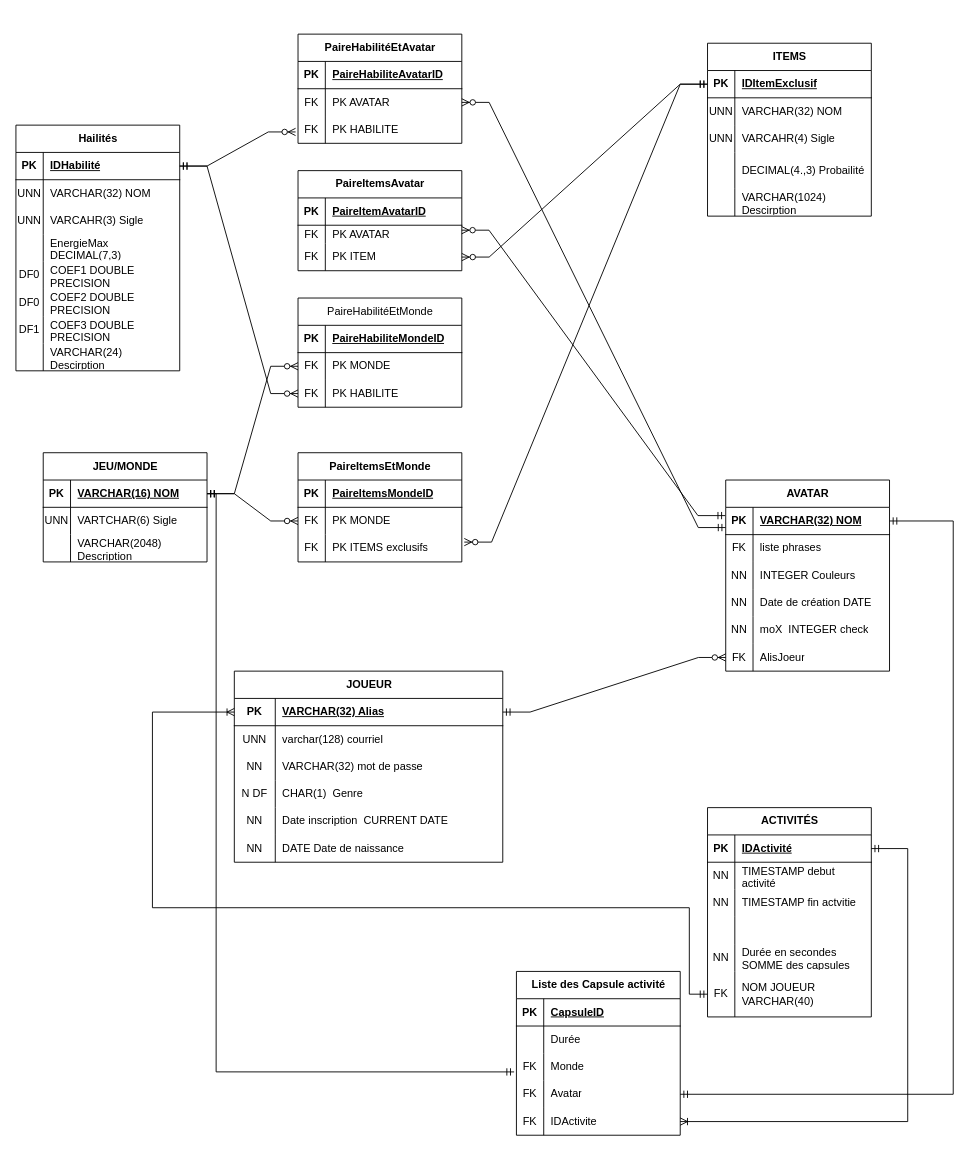
Before: SQL_Diagram.drawio in GabYrrog/SQL-Projet1, a draw.io diagram. Source tidied: cells renumbered, new cells numbered last; positions are measured from the earlier drawing's top-left corner, leaving out a move shared by most shapes. Both pictures are drawn from the tidied source at 91%, with x=0, y=0 at pixel (15, 34).
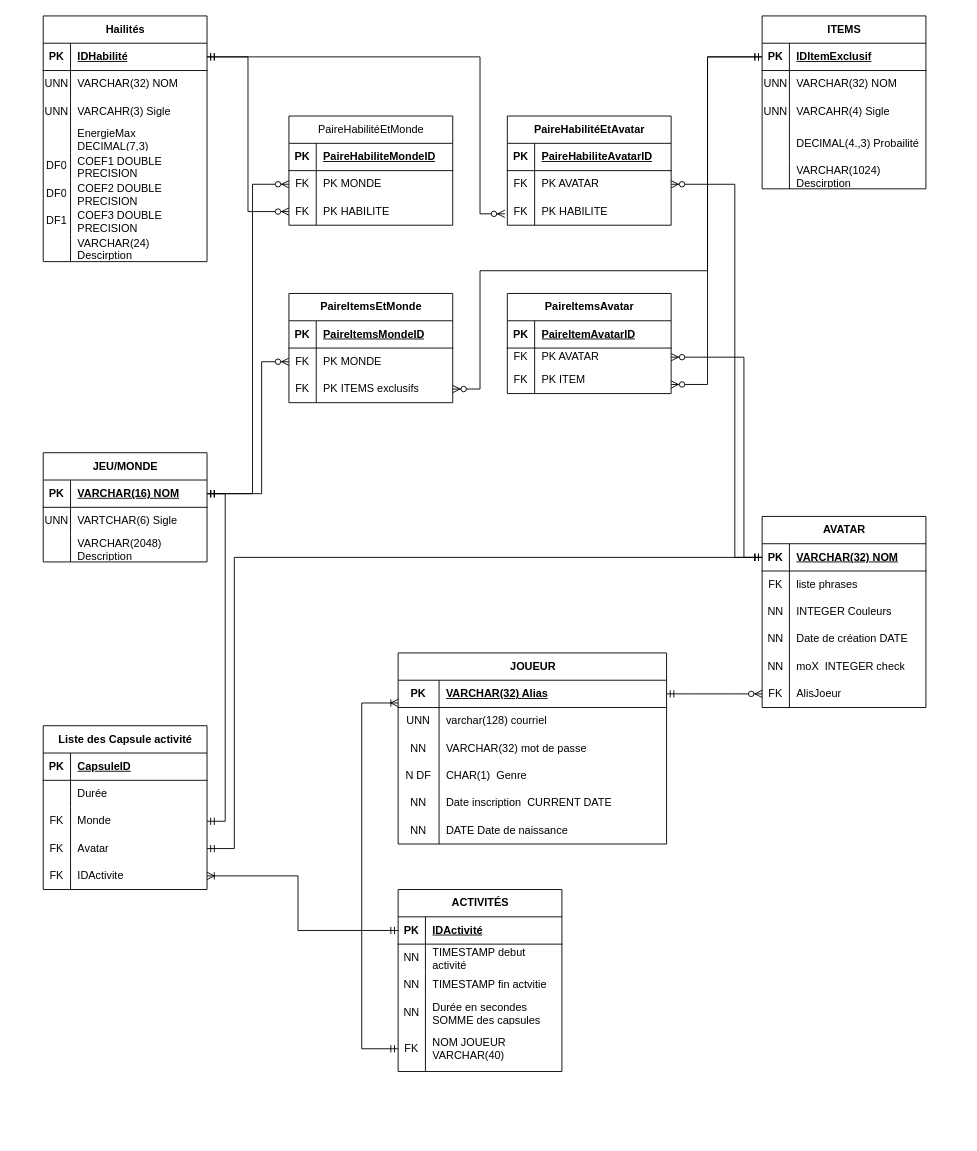
After the change.

The change refers to these unchanged cells:
```xml
<mxCell id="3" style="shape=tableRow;horizontal=0;startSize=0;swimlaneHead=0;swimlaneBody=0;fillColor=none;points=[[0,0.5],[1,0.5]];portConstraint=eastwest;top=0;left=0;right=0;bottom=1;" parent="2" vertex="1">
  <mxGeometry y="30" width="295" height="30" as="geometry" />
</mxCell>
<mxCell id="22" style="shape=tableRow;horizontal=0;startSize=0;swimlaneHead=0;swimlaneBody=0;fillColor=none;points=[[0,0.5],[1,0.5]];portConstraint=eastwest;top=0;left=0;right=0;bottom=1;" parent="21" vertex="1">
  <mxGeometry y="30" width="180" height="30" as="geometry" />
</mxCell>
<mxCell id="32" style="shape=tableRow;horizontal=0;startSize=0;swimlaneHead=0;swimlaneBody=0;fillColor=none;points=[[0,0.5],[1,0.5]];portConstraint=eastwest;top=0;left=0;right=0;bottom=1;" parent="31" vertex="1">
  <mxGeometry y="30" width="180" height="30" as="geometry" />
</mxCell>
<mxCell id="57" style="shape=tableRow;horizontal=0;startSize=0;swimlaneHead=0;swimlaneBody=0;fillColor=none;points=[[0,0.5],[1,0.5]];portConstraint=eastwest;top=0;left=0;right=0;bottom=0;" parent="50" vertex="1">
  <mxGeometry y="90" width="180" height="30" as="geometry" />
</mxCell>
<mxCell id="60" style="shape=tableRow;horizontal=0;startSize=0;swimlaneHead=0;swimlaneBody=0;fillColor=none;points=[[0,0.5],[1,0.5]];portConstraint=eastwest;top=0;left=0;right=0;bottom=0;" parent="50" vertex="1">
  <mxGeometry y="120" width="180" height="30" as="geometry" />
</mxCell>
<mxCell id="63" style="shape=tableRow;horizontal=0;startSize=0;swimlaneHead=0;swimlaneBody=0;fillColor=none;points=[[0,0.5],[1,0.5]];portConstraint=eastwest;top=0;left=0;right=0;bottom=0;" parent="50" vertex="1">
  <mxGeometry y="150" width="180" height="30" as="geometry" />
</mxCell>
<mxCell id="67" style="shape=tableRow;horizontal=0;startSize=0;swimlaneHead=0;swimlaneBody=0;fillColor=none;points=[[0,0.5],[1,0.5]];portConstraint=eastwest;top=0;left=0;right=0;bottom=1;" parent="66" vertex="1">
  <mxGeometry y="30" width="180" height="30" as="geometry" />
</mxCell>
<mxCell id="105" style="shape=tableRow;horizontal=0;startSize=0;swimlaneHead=0;swimlaneBody=0;fillColor=none;points=[[0,0.5],[1,0.5]];portConstraint=eastwest;top=0;left=0;right=0;bottom=0;" parent="101" vertex="1">
  <mxGeometry y="60" width="180" height="30" as="geometry" />
</mxCell>
<mxCell id="108" style="shape=tableRow;horizontal=0;startSize=0;swimlaneHead=0;swimlaneBody=0;fillColor=none;points=[[0,0.5],[1,0.5]];portConstraint=eastwest;top=0;left=0;right=0;bottom=0;" parent="101" vertex="1">
  <mxGeometry y="90" width="180" height="30" as="geometry" />
</mxCell>
<mxCell id="112" style="shape=tableRow;horizontal=0;startSize=0;swimlaneHead=0;swimlaneBody=0;fillColor=none;points=[[0,0.5],[1,0.5]];portConstraint=eastwest;top=0;left=0;right=0;bottom=1;" parent="111" vertex="1">
  <mxGeometry y="30" width="180" height="30" as="geometry" />
</mxCell>
<mxCell id="131" style="shape=tableRow;horizontal=0;startSize=0;swimlaneHead=0;swimlaneBody=0;fillColor=none;points=[[0,0.5],[1,0.5]];portConstraint=eastwest;top=0;left=0;right=0;bottom=0;" parent="127" vertex="1">
  <mxGeometry y="60" width="180" height="20" as="geometry" />
</mxCell>
<mxCell id="134" style="shape=tableRow;horizontal=0;startSize=0;swimlaneHead=0;swimlaneBody=0;fillColor=none;points=[[0,0.5],[1,0.5]];portConstraint=eastwest;top=0;left=0;right=0;bottom=0;" parent="127" vertex="1">
  <mxGeometry y="80" width="180" height="30" as="geometry" />
</mxCell>
<mxCell id="141" style="shape=tableRow;horizontal=0;startSize=0;swimlaneHead=0;swimlaneBody=0;fillColor=none;points=[[0,0.5],[1,0.5]];portConstraint=eastwest;top=0;left=0;right=0;bottom=0;" parent="137" vertex="1">
  <mxGeometry y="60" width="180" height="30" as="geometry" />
</mxCell>
<mxCell id="144" style="shape=tableRow;horizontal=0;startSize=0;swimlaneHead=0;swimlaneBody=0;fillColor=none;points=[[0,0.5],[1,0.5]];portConstraint=eastwest;top=0;left=0;right=0;bottom=0;" parent="137" vertex="1">
  <mxGeometry y="90" width="180" height="30" as="geometry" />
</mxCell>
<mxCell id="149" style="shape=tableRow;horizontal=0;startSize=0;swimlaneHead=0;swimlaneBody=0;fillColor=none;points=[[0,0.5],[1,0.5]];portConstraint=eastwest;top=0;left=0;right=0;bottom=1;" parent="148" vertex="1">
  <mxGeometry y="30" width="180" height="30" as="geometry" />
</mxCell>
```

The edit, as a diff of the source:
```diff
@@
     <mxCell id="2" value="JOUEUR" style="shape=table;startSize=30;childLayout=tableLayout;rowLines=0;fontStyle=1;align=center;html=1;" parent="1" vertex="1">
-      <mxGeometry x="240" y="700" width="295" height="210" as="geometry" />
+      <mxGeometry x="420" y="680" width="295" height="210" as="geometry" />
     </mxCell>
@@
     <mxCell id="31" value="AVATAR" style="shape=table;startSize=30;childLayout=tableLayout;rowLines=0;fontStyle=1;align=center;html=1;" parent="1" vertex="1">
-      <mxGeometry x="780" y="490" width="180" height="210" as="geometry" />
+      <mxGeometry x="820" y="530" width="180" height="210" as="geometry" />
     </mxCell>
@@
     <mxCell id="50" value="Liste des Capsule activité" style="shape=table;startSize=30;childLayout=tableLayout;rowLines=0;fontStyle=1;align=center;html=1;" parent="1" vertex="1">
-      <mxGeometry x="550" y="1030" width="180" height="180" as="geometry" />
+      <mxGeometry x="30" y="760" width="180" height="180" as="geometry" />
     </mxCell>
@@
     <mxCell id="66" value="Hailités" style="shape=table;startSize=30;childLayout=tableLayout;rowLines=0;fontStyle=1;align=center;html=1;" parent="1" vertex="1">
-      <mxGeometry y="100" width="180" height="270" as="geometry" />
+      <mxGeometry x="30" y="-20" width="180" height="270" as="geometry" />
     </mxCell>
@@
-    <mxCell id="91" value="PaireHabilitéEtMonde" style="shape=table;startSize=30;childLayout=tableLayout;rowLines=0;fontStyle=0;align=center;html=1;" parent="1" vertex="1">
-      <mxGeometry x="310" y="290" width="180" height="120" as="geometry" />
-    </mxCell>
-    <mxCell id="92" style="shape=tableRow;horizontal=0;startSize=0;swimlaneHead=0;swimlaneBody=0;fillColor=none;top=0;left=0;right=0;bottom=1;" parent="91" vertex="1">
-      <mxGeometry y="30" width="180" height="30" as="geometry" />
-    </mxCell>
-    <mxCell id="93" value="PK" style="shape=partialRectangle;fillColor=none;top=0;left=0;bottom=0;right=0;fontStyle=1;overflow=hidden;whiteSpace=wrap;html=1;" parent="92" vertex="1">
-      <mxGeometry width="30" height="30" as="geometry" />
-    </mxCell>
-    <mxCell id="94" value="PaireHabiliteMondeID" style="shape=partialRectangle;fillColor=none;top=0;left=0;bottom=0;right=0;align=left;spacingLeft=6;fontStyle=5;overflow=hidden;whiteSpace=wrap;html=1;" parent="92" vertex="1">
-      <mxGeometry x="30" width="150" height="30" as="geometry" />
-    </mxCell>
-    <mxCell id="95" style="shape=tableRow;horizontal=0;startSize=0;swimlaneHead=0;swimlaneBody=0;fillColor=none;points=[[0,0.5],[1,0.5]];portConstraint=eastwest;top=0;left=0;right=0;bottom=0;" parent="91" vertex="1">
-      <mxGeometry y="60" width="180" height="30" as="geometry" />
-    </mxCell>
-    <mxCell id="96" value="FK" style="shape=partialRectangle;fillColor=none;top=0;left=0;bottom=0;right=0;overflow=hidden;whiteSpace=wrap;html=1;" parent="95" vertex="1">
-      <mxGeometry width="30" height="30" as="geometry" />
-    </mxCell>
-    <mxCell id="97" value="PK MONDE" style="shape=partialRectangle;fillColor=none;top=0;left=0;bottom=0;right=0;align=left;spacingLeft=6;overflow=hidden;whiteSpace=wrap;html=1;" parent="95" vertex="1">
-      <mxGeometry x="30" width="150" height="30" as="geometry" />
-    </mxCell>
-    <mxCell id="98" style="shape=tableRow;horizontal=0;startSize=0;swimlaneHead=0;swimlaneBody=0;fillColor=none;points=[[0,0.5],[1,0.5]];portConstraint=eastwest;top=0;left=0;right=0;bottom=0;" parent="91" vertex="1">
-      <mxGeometry y="90" width="180" height="30" as="geometry" />
-    </mxCell>
-    <mxCell id="99" value="FK" style="shape=partialRectangle;fillColor=none;top=0;left=0;bottom=0;right=0;overflow=hidden;whiteSpace=wrap;html=1;" parent="98" vertex="1">
-      <mxGeometry width="30" height="30" as="geometry" />
-    </mxCell>
-    <mxCell id="100" value="PK HABILITE" style="shape=partialRectangle;fillColor=none;top=0;left=0;bottom=0;right=0;align=left;spacingLeft=6;overflow=hidden;whiteSpace=wrap;html=1;" parent="98" vertex="1">
-      <mxGeometry x="30" width="150" height="30" as="geometry" />
-    </mxCell>
     <mxCell id="101" value="PaireItemsEtMonde" style="shape=table;startSize=30;childLayout=tableLayout;rowLines=0;fontStyle=1;align=center;html=1;" parent="1" vertex="1">
-      <mxGeometry x="310" y="460" width="180" height="120" as="geometry" />
+      <mxGeometry x="300" y="285" width="180" height="120" as="geometry" />
     </mxCell>
@@
     <mxCell id="111" value="ITEMS" style="shape=table;startSize=30;childLayout=tableLayout;rowLines=0;fontStyle=1;align=center;html=1;" parent="1" vertex="1">
-      <mxGeometry x="760" y="10" width="180" height="190" as="geometry" />
+      <mxGeometry x="820" y="-20" width="180" height="190" as="geometry" />
     </mxCell>
@@
     <mxCell id="127" value="PaireItemsAvatar" style="shape=table;startSize=30;childLayout=tableLayout;rowLines=0;fontStyle=1;align=center;html=1;" parent="1" vertex="1">
-      <mxGeometry x="310" y="150" width="180" height="110" as="geometry" />
+      <mxGeometry x="540" y="285" width="180" height="110" as="geometry" />
     </mxCell>
@@
     <mxCell id="137" value="PaireHabilitéEtAvatar" style="shape=table;startSize=30;childLayout=tableLayout;rowLines=0;fontStyle=1;align=center;html=1;" parent="1" vertex="1">
-      <mxGeometry x="310" width="180" height="120" as="geometry" />
+      <mxGeometry x="540" y="90" width="180" height="120" as="geometry" />
     </mxCell>
@@
     <mxCell id="148" value="ACTIVITÉS" style="shape=table;startSize=30;childLayout=tableLayout;rowLines=0;fontStyle=1;align=center;html=1;" parent="1" vertex="1">
-      <mxGeometry x="760" y="850" width="180" height="230" as="geometry" />
+      <mxGeometry x="420" y="940" width="180" height="200" as="geometry" />
     </mxCell>
@@
-    <mxCell id="158" style="shape=tableRow;horizontal=0;startSize=0;swimlaneHead=0;swimlaneBody=0;fillColor=none;top=0;left=0;right=0;bottom=0;" parent="148" vertex="1">
-      <mxGeometry y="120" width="180" height="30" as="geometry" />
-    </mxCell>
-    <mxCell id="159" style="shape=partialRectangle;fillColor=none;top=0;left=0;bottom=0;right=0;overflow=hidden;whiteSpace=wrap;html=1;" parent="158" vertex="1">
-      <mxGeometry width="30" height="30" as="geometry" />
-    </mxCell>
-    <mxCell id="160" style="shape=partialRectangle;fillColor=none;top=0;left=0;bottom=0;right=0;align=left;spacingLeft=6;overflow=hidden;whiteSpace=wrap;html=1;" parent="158" vertex="1">
-      <mxGeometry x="30" width="150" height="30" as="geometry" />
-    </mxCell>
     <mxCell id="161" style="shape=tableRow;horizontal=0;startSize=0;swimlaneHead=0;swimlaneBody=0;fillColor=none;top=0;left=0;right=0;bottom=0;" parent="148" vertex="1">
-      <mxGeometry y="150" width="180" height="30" as="geometry" />
+      <mxGeometry y="120" width="180" height="30" as="geometry" />
     </mxCell>
@@
     <mxCell id="164" style="shape=tableRow;horizontal=0;startSize=0;swimlaneHead=0;swimlaneBody=0;fillColor=none;points=[[0,0.5],[1,0.5]];portConstraint=eastwest;top=0;left=0;right=0;bottom=0;" parent="148" vertex="1">
-      <mxGeometry y="180" width="180" height="50" as="geometry" />
+      <mxGeometry y="150" width="180" height="50" as="geometry" />
     </mxCell>
@@
-    <mxCell id="167" style="edgeStyle=orthogonalEdgeStyle;fontSize=12;html=1;endArrow=ERoneToMany;startArrow=ERmandOne;rounded=0;exitX=1;exitY=0.5;exitDx=0;exitDy=0;" parent="1" edge="1" source="149" target="63">
+    <mxCell id="167" style="edgeStyle=orthogonalEdgeStyle;fontSize=12;html=1;endArrow=ERoneToMany;startArrow=ERmandOne;rounded=0;" parent="1" edge="1" source="149" target="63">
       <mxGeometry relative="1" as="geometry">
         <Array as="points">
-          <mxPoint x="980" y="895" />
-          <mxPoint x="980" y="1195" />
+          <mxPoint x="310" y="985" />
+          <mxPoint x="310" y="925" />
         </Array>
       </mxGeometry>
     </mxCell>
-    <mxCell id="168" style="edgeStyle=orthogonalEdgeStyle;fontSize=12;html=1;endArrow=ERoneToMany;startArrow=ERmandOne;rounded=0;entryX=0;entryY=0.5;entryDx=0;entryDy=0;exitX=0;exitY=0.5;exitDx=0;exitDy=0;" parent="1" edge="1" source="164" target="3">
+    <mxCell id="168" style="edgeStyle=orthogonalEdgeStyle;fontSize=12;html=1;endArrow=ERoneToMany;startArrow=ERmandOne;rounded=0;exitX=0;exitY=0.5;exitDx=0;exitDy=0;" parent="1" edge="1" source="164" target="3">
       <mxGeometry relative="1" as="geometry">
         <Array as="points">
-          <mxPoint x="740" y="1055" />
-          <mxPoint x="740" y="960" />
-          <mxPoint x="150" y="960" />
-          <mxPoint x="150" y="745" />
+          <mxPoint x="380" y="1115" />
+          <mxPoint x="380" y="735" />
         </Array>
       </mxGeometry>
     </mxCell>
-    <mxCell id="169" style="edgeStyle=orthogonalEdgeStyle;fontSize=12;html=1;endArrow=ERmandOne;startArrow=ERmandOne;rounded=0;entryX=1;entryY=0.5;entryDx=0;entryDy=0;exitX=1;exitY=0.5;exitDx=0;exitDy=0;" parent="1" edge="1" source="60" target="32">
+    <mxCell id="169" style="edgeStyle=orthogonalEdgeStyle;fontSize=12;html=1;endArrow=ERmandOne;startArrow=ERmandOne;rounded=0;" parent="1" edge="1" source="60" target="32">
       <mxGeometry relative="1" as="geometry">
         <Array as="points">
-          <mxPoint x="1030" y="1165" />
-          <mxPoint x="1030" y="535" />
+          <mxPoint x="240" y="895" />
+          <mxPoint x="240" y="575" />
         </Array>
       </mxGeometry>
     </mxCell>
-    <mxCell id="170" style="edgeStyle=orthogonalEdgeStyle;fontSize=12;html=1;endArrow=ERmandOne;startArrow=ERmandOne;rounded=0;entryX=-0.014;entryY=0.681;entryDx=0;entryDy=0;entryPerimeter=0;exitX=1;exitY=0.5;exitDx=0;exitDy=0;" parent="1" edge="1" source="22" target="57">
+    <mxCell id="170" style="edgeStyle=orthogonalEdgeStyle;fontSize=12;html=1;endArrow=ERmandOne;startArrow=ERmandOne;rounded=0;exitX=1;exitY=0.5;exitDx=0;exitDy=0;" parent="1" edge="1" source="22" target="57">
       <mxGeometry relative="1" as="geometry">
         <Array as="points">
-          <mxPoint x="220" y="505" />
-          <mxPoint x="220" y="1140" />
+          <mxPoint x="230" y="505" />
+          <mxPoint x="230" y="865" />
         </Array>
       </mxGeometry>
     </mxCell>
-    <mxCell id="171" style="edgeStyle=entityRelationEdgeStyle;fontSize=12;html=1;endArrow=ERzeroToMany;startArrow=ERmandOne;rounded=0;entryX=1;entryY=0.5;entryDx=0;entryDy=0;exitX=0;exitY=0.5;exitDx=0;exitDy=0;" parent="1" edge="1" source="112" target="134">
-      <mxGeometry relative="1" as="geometry" />
+    <mxCell id="171" style="edgeStyle=orthogonalEdgeStyle;fontSize=12;html=1;endArrow=ERzeroToMany;startArrow=ERmandOne;rounded=0;" parent="1" edge="1" source="112" target="134">
+      <mxGeometry relative="1" as="geometry">
+        <Array as="points">
+          <mxPoint x="760" y="25" />
+          <mxPoint x="760" y="385" />
+        </Array>
+      </mxGeometry>
     </mxCell>
-    <mxCell id="172" style="edgeStyle=entityRelationEdgeStyle;fontSize=12;html=1;endArrow=ERzeroToMany;startArrow=ERmandOne;rounded=0;entryX=0.999;entryY=0.272;entryDx=0;entryDy=0;exitX=-0.003;exitY=0.303;exitDx=0;exitDy=0;exitPerimeter=0;entryPerimeter=0;" parent="1" edge="1" source="32" target="131">
-      <mxGeometry relative="1" as="geometry" />
+    <mxCell id="172" style="edgeStyle=orthogonalEdgeStyle;fontSize=12;html=1;endArrow=ERzeroToMany;startArrow=ERmandOne;rounded=0;" parent="1" edge="1" source="32" target="131">
+      <mxGeometry relative="1" as="geometry">
+        <Array as="points">
+          <mxPoint x="800" y="575" />
+          <mxPoint x="800" y="355" />
+        </Array>
+      </mxGeometry>
     </mxCell>
-    <mxCell id="173" style="edgeStyle=entityRelationEdgeStyle;fontSize=12;html=1;endArrow=ERzeroToMany;startArrow=ERmandOne;rounded=0;entryX=1;entryY=0.5;entryDx=0;entryDy=0;exitX=-0.001;exitY=0.741;exitDx=0;exitDy=0;exitPerimeter=0;" parent="1" edge="1" source="32" target="141">
-      <mxGeometry relative="1" as="geometry" />
+    <mxCell id="173" style="edgeStyle=orthogonalEdgeStyle;fontSize=12;html=1;endArrow=ERzeroToMany;startArrow=ERmandOne;rounded=0;entryX=1;entryY=0.5;entryDx=0;entryDy=0;" parent="1" edge="1" source="32" target="141">
+      <mxGeometry relative="1" as="geometry">
+        <Array as="points">
+          <mxPoint x="790" y="575" />
+          <mxPoint x="790" y="165" />
+        </Array>
+      </mxGeometry>
     </mxCell>
-    <mxCell id="174" style="edgeStyle=entityRelationEdgeStyle;fontSize=12;html=1;endArrow=ERzeroToMany;startArrow=ERmandOne;rounded=0;entryX=-0.015;entryY=0.583;entryDx=0;entryDy=0;entryPerimeter=0;" parent="1" edge="1" source="67" target="144">
-      <mxGeometry relative="1" as="geometry" />
+    <mxCell id="174" style="edgeStyle=orthogonalEdgeStyle;fontSize=12;html=1;endArrow=ERzeroToMany;startArrow=ERmandOne;rounded=0;entryX=-0.015;entryY=0.583;entryDx=0;entryDy=0;entryPerimeter=0;" parent="1" edge="1" source="67" target="144">
+      <mxGeometry relative="1" as="geometry">
+        <Array as="points">
+          <mxPoint x="510" y="25" />
+          <mxPoint x="510" y="197" />
+        </Array>
+      </mxGeometry>
     </mxCell>
-    <mxCell id="175" style="edgeStyle=entityRelationEdgeStyle;fontSize=12;html=1;endArrow=ERzeroToMany;startArrow=ERmandOne;rounded=0;" parent="1" edge="1" source="22" target="95">
-      <mxGeometry relative="1" as="geometry" />
+    <mxCell id="175" style="edgeStyle=orthogonalEdgeStyle;fontSize=12;html=1;endArrow=ERzeroToMany;startArrow=ERmandOne;rounded=0;" parent="1" edge="1" source="22" target="95">
+      <mxGeometry relative="1" as="geometry">
+        <Array as="points">
+          <mxPoint x="260" y="505" />
+          <mxPoint x="260" y="165" />
+        </Array>
+      </mxGeometry>
     </mxCell>
-    <mxCell id="176" style="edgeStyle=entityRelationEdgeStyle;fontSize=12;html=1;endArrow=ERzeroToMany;startArrow=ERmandOne;rounded=0;" parent="1" edge="1" source="67" target="98">
+    <mxCell id="176" style="edgeStyle=orthogonalEdgeStyle;fontSize=12;html=1;endArrow=ERzeroToMany;startArrow=ERmandOne;rounded=0;" parent="1" edge="1" source="67" target="98">
       <mxGeometry relative="1" as="geometry" />
     </mxCell>
-    <mxCell id="177" style="edgeStyle=entityRelationEdgeStyle;fontSize=12;html=1;endArrow=ERzeroToMany;startArrow=ERmandOne;rounded=0;" parent="1" edge="1" source="22" target="105">
-      <mxGeometry relative="1" as="geometry" />
+    <mxCell id="177" style="edgeStyle=orthogonalEdgeStyle;fontSize=12;html=1;endArrow=ERzeroToMany;startArrow=ERmandOne;rounded=0;" parent="1" edge="1" source="22" target="105">
+      <mxGeometry relative="1" as="geometry">
+        <Array as="points">
+          <mxPoint x="270" y="505" />
+          <mxPoint x="270" y="360" />
+        </Array>
+      </mxGeometry>
     </mxCell>
-    <mxCell id="178" style="edgeStyle=entityRelationEdgeStyle;fontSize=12;html=1;endArrow=ERzeroToMany;startArrow=ERmandOne;rounded=0;entryX=1.015;entryY=0.274;entryDx=0;entryDy=0;entryPerimeter=0;" parent="1" edge="1" source="112" target="108">
-      <mxGeometry relative="1" as="geometry" />
+    <mxCell id="178" style="edgeStyle=orthogonalEdgeStyle;fontSize=12;html=1;endArrow=ERzeroToMany;startArrow=ERmandOne;rounded=0;" parent="1" edge="1" source="112" target="108">
+      <mxGeometry relative="1" as="geometry">
+        <Array as="points">
+          <mxPoint x="760" y="25" />
+          <mxPoint x="760" y="260" />
+          <mxPoint x="510" y="260" />
+          <mxPoint x="510" y="390" />
+        </Array>
+      </mxGeometry>
     </mxCell>
+    <mxCell id="91" value="PaireHabilitéEtMonde" style="shape=table;startSize=30;childLayout=tableLayout;rowLines=0;fontStyle=0;align=center;html=1;" parent="1" vertex="1">
+      <mxGeometry x="300" y="90" width="180" height="120" as="geometry" />
+    </mxCell>
+    <mxCell id="92" style="shape=tableRow;horizontal=0;startSize=0;swimlaneHead=0;swimlaneBody=0;fillColor=none;top=0;left=0;right=0;bottom=1;" parent="91" vertex="1">
+      <mxGeometry y="30" width="180" height="30" as="geometry" />
+    </mxCell>
+    <mxCell id="93" value="PK" style="shape=partialRectangle;fillColor=none;top=0;left=0;bottom=0;right=0;fontStyle=1;overflow=hidden;whiteSpace=wrap;html=1;" parent="92" vertex="1">
+      <mxGeometry width="30" height="30" as="geometry" />
+    </mxCell>
+    <mxCell id="94" value="PaireHabiliteMondeID" style="shape=partialRectangle;fillColor=none;top=0;left=0;bottom=0;right=0;align=left;spacingLeft=6;fontStyle=5;overflow=hidden;whiteSpace=wrap;html=1;" parent="92" vertex="1">
+      <mxGeometry x="30" width="150" height="30" as="geometry" />
+    </mxCell>
+    <mxCell id="95" style="shape=tableRow;horizontal=0;startSize=0;swimlaneHead=0;swimlaneBody=0;fillColor=none;points=[[0,0.5],[1,0.5]];portConstraint=eastwest;top=0;left=0;right=0;bottom=0;" parent="91" vertex="1">
+      <mxGeometry y="60" width="180" height="30" as="geometry" />
+    </mxCell>
+    <mxCell id="96" value="FK" style="shape=partialRectangle;fillColor=none;top=0;left=0;bottom=0;right=0;overflow=hidden;whiteSpace=wrap;html=1;" parent="95" vertex="1">
+      <mxGeometry width="30" height="30" as="geometry" />
+    </mxCell>
+    <mxCell id="97" value="PK MONDE" style="shape=partialRectangle;fillColor=none;top=0;left=0;bottom=0;right=0;align=left;spacingLeft=6;overflow=hidden;whiteSpace=wrap;html=1;" parent="95" vertex="1">
+      <mxGeometry x="30" width="150" height="30" as="geometry" />
+    </mxCell>
+    <mxCell id="98" style="shape=tableRow;horizontal=0;startSize=0;swimlaneHead=0;swimlaneBody=0;fillColor=none;points=[[0,0.5],[1,0.5]];portConstraint=eastwest;top=0;left=0;right=0;bottom=0;" parent="91" vertex="1">
+      <mxGeometry y="90" width="180" height="30" as="geometry" />
+    </mxCell>
+    <mxCell id="99" value="FK" style="shape=partialRectangle;fillColor=none;top=0;left=0;bottom=0;right=0;overflow=hidden;whiteSpace=wrap;html=1;" parent="98" vertex="1">
+      <mxGeometry width="30" height="30" as="geometry" />
+    </mxCell>
+    <mxCell id="100" value="PK HABILITE" style="shape=partialRectangle;fillColor=none;top=0;left=0;bottom=0;right=0;align=left;spacingLeft=6;overflow=hidden;whiteSpace=wrap;html=1;" parent="98" vertex="1">
+      <mxGeometry x="30" width="150" height="30" as="geometry" />
+    </mxCell>
```
